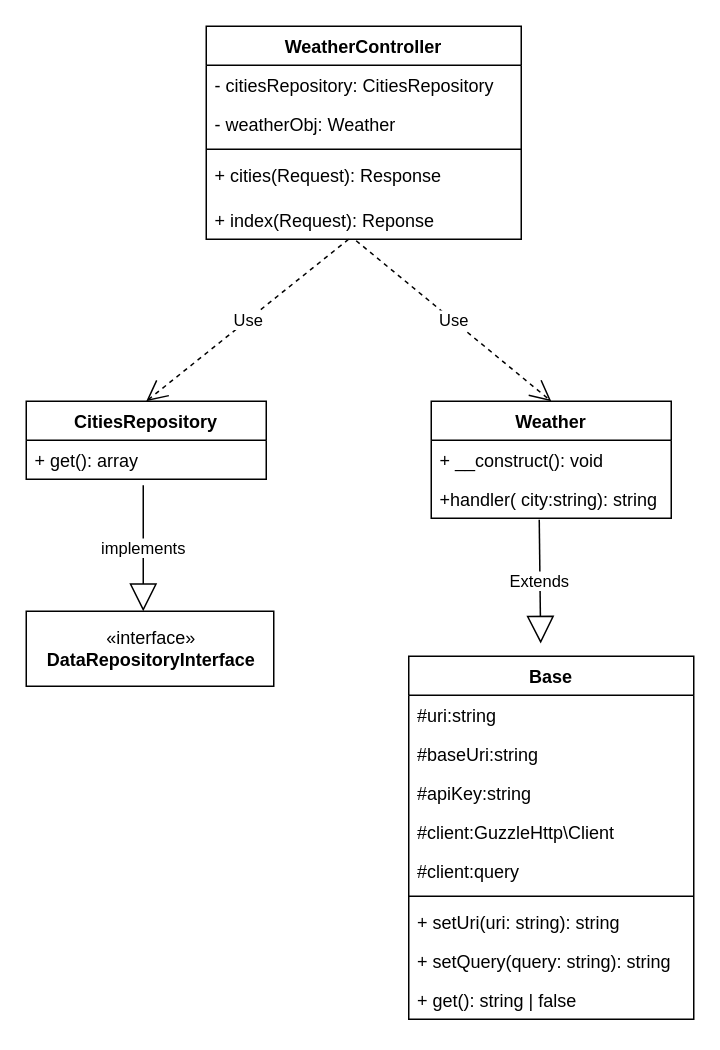
Before: docs/Class_Diagram.drawio in diggex/weather-demo, a draw.io diagram. Source tidied: cells renumbered, new cells numbered last; positions are measured from the earlier drawing's top-left corner, leaving out a move shared by most shapes. Both pictures are drawn from the tidied source at 150%, with x=0, y=0 at pixel (26, 26).
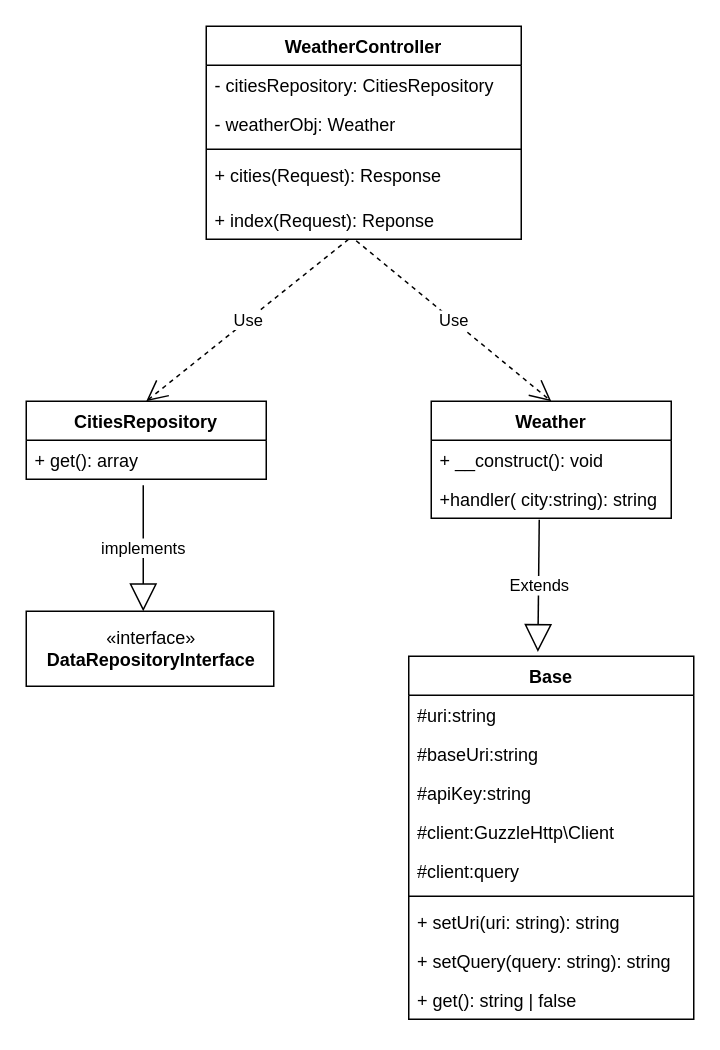
The same page after the edit.

The change refers to these unchanged cells:
```xml
<mxCell id="17" value="+handler( city:string): string" style="text;strokeColor=none;fillColor=none;align=left;verticalAlign=top;spacingLeft=4;spacingRight=4;overflow=hidden;points=[[0,0.5],[1,0.5]];portConstraint=eastwest;" parent="15" vertex="1">
  <mxGeometry y="52" width="160" height="26" as="geometry" />
</mxCell>
<mxCell id="18" value="Base" style="swimlane;fontStyle=1;align=center;verticalAlign=top;horizontal=1;startSize=26;" parent="1" vertex="1">
  <mxGeometry x="255" y="420" width="190" height="242" as="geometry" />
</mxCell>
```

Change to the diagram source:
```diff
@@
-    <mxCell id="5" value="Extends" style="endArrow=block;endSize=16;endFill=0;html=1;exitX=0.45;exitY=1.038;exitDx=0;exitDy=0;exitPerimeter=0;entryX=0.463;entryY=-0.035;entryDx=0;entryDy=0;entryPerimeter=0;" parent="1" edge="1" source="17" target="18">
+    <mxCell id="5" value="Extends" style="endArrow=block;endSize=16;endFill=0;html=1;exitX=0.45;exitY=1.038;exitDx=0;exitDy=0;exitPerimeter=0;entryX=0.453;entryY=-0.012;entryDx=0;entryDy=0;entryPerimeter=0;" parent="1" edge="1" source="17" target="18">
       <mxGeometry relative="1" as="geometry" />
     </mxCell>
```
